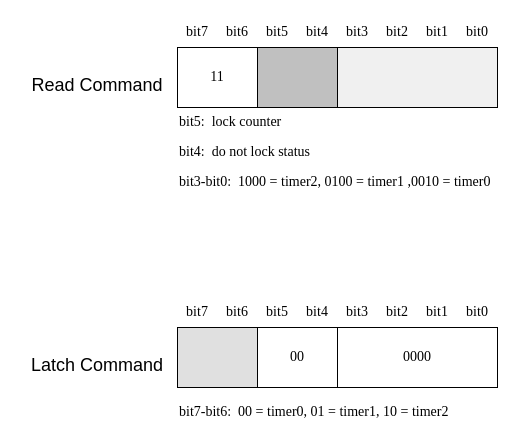
This is 8254读取命令.drawio from satadriver/essay, a draw.io file, before an edit. Source tidied: cells renumbered, new cells numbered last; positions are measured from the earlier drawing's top-left corner, leaving out a move shared by most shapes. Both pictures are drawn from the tidied source at 100%, with x=0, y=0 at pixel (17, 17).
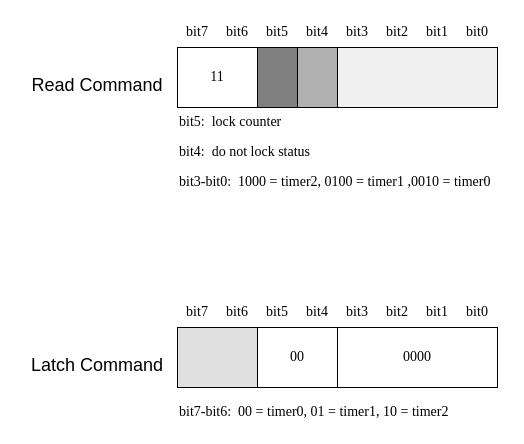
After the change.

Diff of the diagram source:
```diff
@@
-    <mxCell id="3" style="rounded=0;whiteSpace=wrap;html=1;fontFamily=Times New Roman;fontSize=14;fillColor=light-dark(#C0C0C0,#121212);" parent="1" vertex="1">
-      <mxGeometry x="240" y="30" width="80" height="60" as="geometry" />
+    <mxCell id="3" style="rounded=0;whiteSpace=wrap;html=1;fontFamily=Times New Roman;fontSize=14;fillColor=#808080;" parent="1" vertex="1">
+      <mxGeometry x="240" y="30" width="40" height="60" as="geometry" />
     </mxCell>
@@
+    <mxCell id="30" style="rounded=0;whiteSpace=wrap;html=1;fillColor=#B0B0B0;" parent="1" vertex="1">
+      <mxGeometry x="280" y="30" width="40" height="60" as="geometry" />
+    </mxCell>
```
